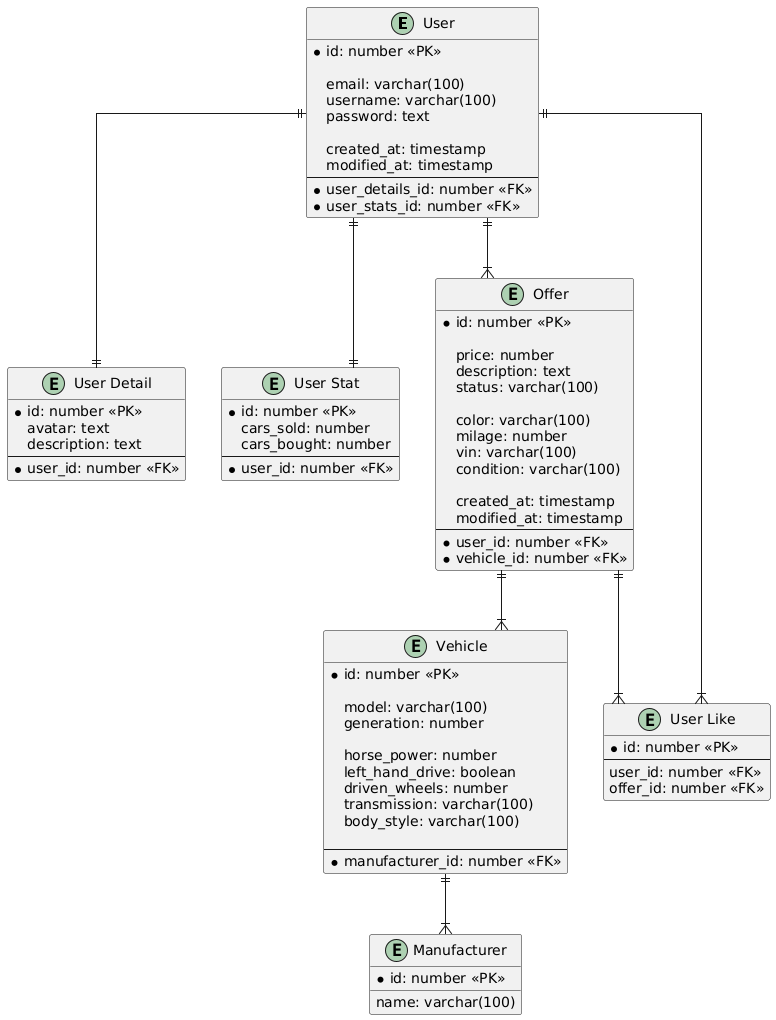
Earlier version of the PlantUML export docs/images/database_sql.png (lizard123137/database-dev-course). Source of this version:
```plantuml
@startuml

skinparam linetype ortho

entity "User" as user {
    *id: number <<PK>>

    email: varchar(100)
    username: varchar(100)
    password: text

    created_at: timestamp
    modified_at: timestamp
    ---
    *user_details_id: number <<FK>>
    *user_stats_id: number <<FK>>
}

entity "User Detail" as user_profile {
    *id: number <<PK>>
    avatar: text
    description: text
    ---
    *user_id: number <<FK>>
}

entity "User Stat" as user_stat {
    *id: number <<PK>>
    cars_sold: number
    cars_bought: number
    ---
    *user_id: number <<FK>>
}

entity "Offer" as offer {
    *id: number <<PK>>

    price: number
    description: text
    status: varchar(100)

    color: varchar(100)
    milage: number
    vin: varchar(100)
    condition: varchar(100)

    created_at: timestamp
    modified_at: timestamp
    --
    *user_id: number <<FK>>
    *vehicle_id: number <<FK>>
}

entity "Vehicle" as vehicle {
    *id: number <<PK>>

    model: varchar(100)
    generation: number

    horse_power: number
    left_hand_drive: boolean
    driven_wheels: number
    transmission: varchar(100)
    body_style: varchar(100)

    ---
    *manufacturer_id: number <<FK>>
}

entity "Manufacturer" as manufacturer {
    *id: number <<PK>>
    name: varchar(100)
}

user ||--|{ offer
user ||--|| user_profile
user ||--|| user_stat
offer ||--|{ vehicle
vehicle ||--|{ manufacturer


entity "User Like" as user_like {
    *id: number <<PK>>
    ---
    user_id: number <<FK>>
    offer_id: number <<FK>>
}

user ||--|{ user_like
offer ||--|{ user_like
@enduml
```
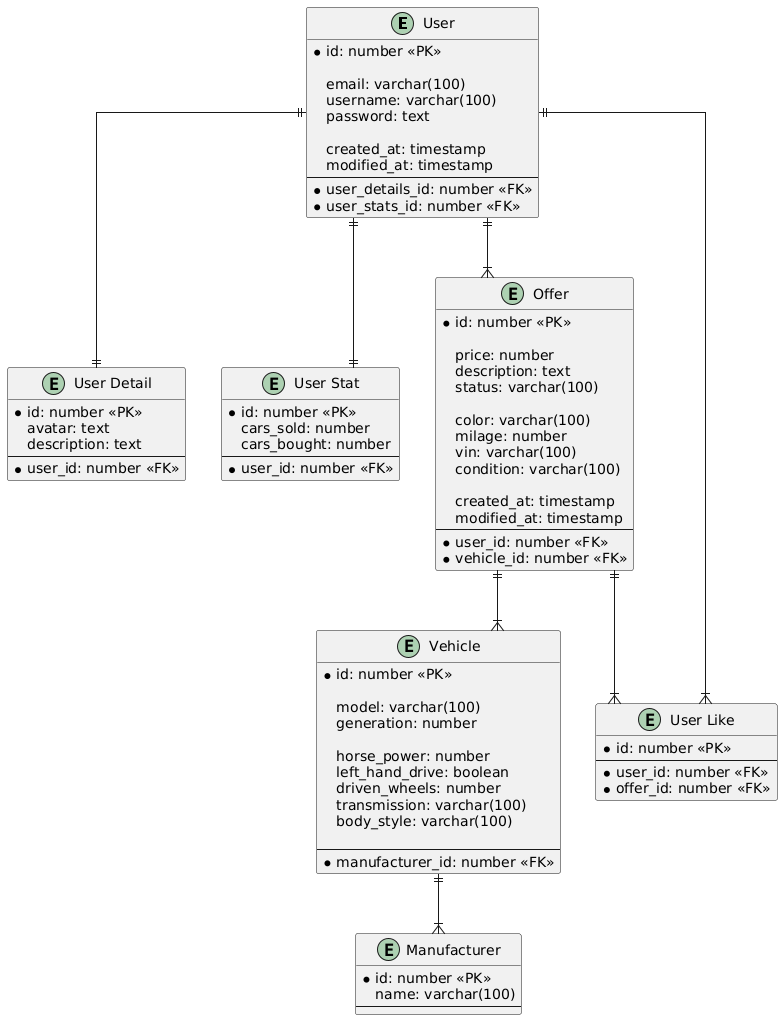
The same file after the commit.

Diff of the diagram source:
```diff
@@ -70,6 +70,7 @@
 entity "Manufacturer" as manufacturer {
     *id: number <<PK>>
     name: varchar(100)
+    ---
 }
 
 user ||--|{ offer
@@ -82,8 +83,8 @@
 entity "User Like" as user_like {
     *id: number <<PK>>
     ---
-    user_id: number <<FK>>
-    offer_id: number <<FK>>
+    *user_id: number <<FK>>
+    *offer_id: number <<FK>>
 }
 
 user ||--|{ user_like
```
